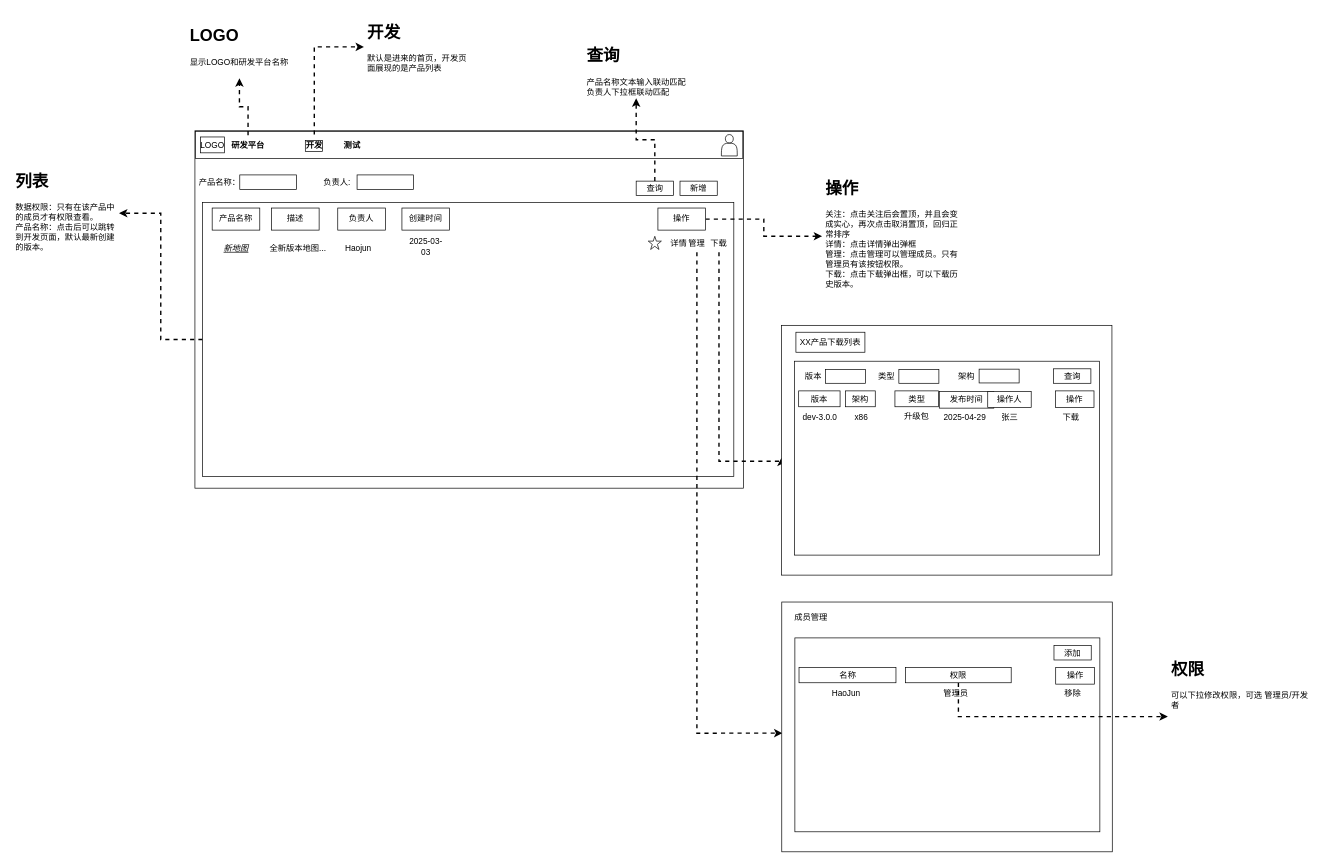
Earlier version of the draw.io diagram page "研发平台产品列表" (1 of 4) of 研发平台-prd.drawio (yuhuo123/rd-platform-design). Source tidied: cells renumbered, new cells numbered last; positions are measured from the earlier drawing's top-left corner, leaving out a move shared by most shapes. Both pictures are drawn from the tidied source at 69%, with x=0, y=0 at pixel (12, 19).
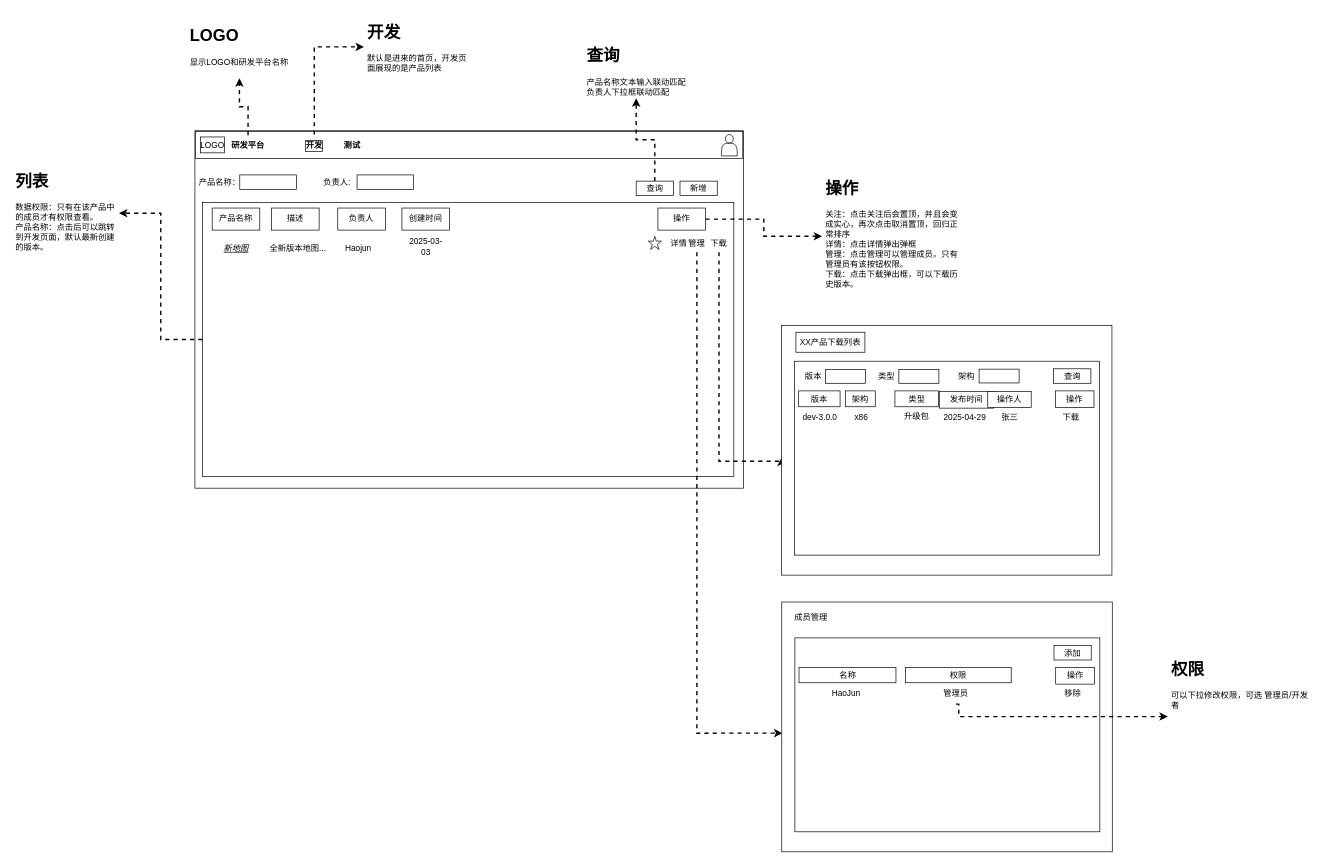
The same diagram, later.

The change refers to these unchanged cells:
```xml
<mxCell id="69" value="权限" style="rounded=0;whiteSpace=wrap;html=1;" parent="1" vertex="1">
  <mxGeometry x="1295" y="940" width="153" height="22" as="geometry" />
</mxCell>
<mxCell id="71" value="管理员" style="text;html=1;strokeColor=none;fillColor=none;align=center;verticalAlign=middle;whiteSpace=wrap;rounded=0;" parent="1" vertex="1">
  <mxGeometry x="1338" y="963" width="60" height="30" as="geometry" />
</mxCell>
<mxCell id="74" value="&lt;h1&gt;权限&lt;/h1&gt;&lt;div&gt;可以下拉修改权限，可选 管理员/开发者&lt;/div&gt;" style="text;html=1;strokeColor=none;fillColor=none;spacing=5;spacingTop=-20;whiteSpace=wrap;overflow=hidden;rounded=0;labelBorderColor=none;" parent="1" vertex="1">
  <mxGeometry x="1675" y="923" width="210" height="177.5" as="geometry" />
</mxCell>
```

What changed in the source:
```diff
@@
-    <mxCell id="68" style="edgeStyle=orthogonalEdgeStyle;rounded=0;jettySize=auto;html=1;dashed=1;strokeWidth=2;" parent="1" edge="1" source="69" target="74">
+    <mxCell id="68" style="edgeStyle=orthogonalEdgeStyle;rounded=0;jettySize=auto;html=1;dashed=1;strokeWidth=2;exitX=0.5;exitY=1;exitDx=0;exitDy=0;" parent="1" edge="1" source="71" target="74">
       <mxGeometry relative="1" as="geometry">
         <Array as="points">
+          <mxPoint x="1372" y="993" />
           <mxPoint x="1372" y="1011" />
         </Array>
       </mxGeometry>
     </mxCell>
```
